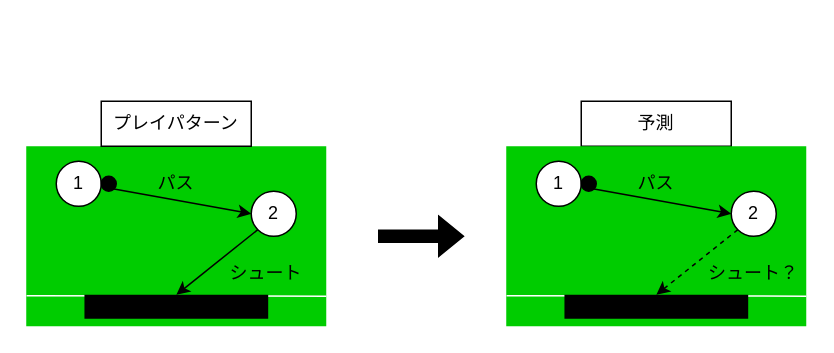
Before: 2/pattern_prediction.drawio in SuperTikuwa/thesis-images, a draw.io diagram. Source tidied: cells renumbered, new cells numbered last; positions are measured from the earlier drawing's top-left corner, leaving out a move shared by most shapes. Both pictures are drawn from the tidied source at 150%, with x=0, y=0 at pixel (26, 100).
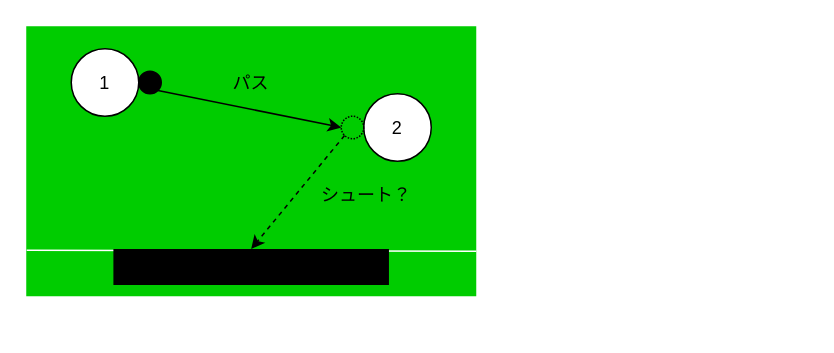
After the change.

Commit message (it also covers changes not shown here):
pattern_prediction.drawio を更新します

The edit, as a diff of the source:
```diff
@@
-    <mxCell id="2" style="group;" parent="1" vertex="1">
-      <mxGeometry y="30" width="200" height="120" as="geometry" />
-    </mxCell>
-    <mxCell id="3" style="whiteSpace=wrap;html=1;strokeColor=none;fillColor=#00CC00;" parent="2" vertex="1">
-      <mxGeometry width="200" height="120" as="geometry" />
-    </mxCell>
-    <mxCell id="4" value="1" style="ellipse;whiteSpace=wrap;html=1;" parent="2" vertex="1">
-      <mxGeometry x="20" y="10" width="30" height="30" as="geometry" />
-    </mxCell>
-    <mxCell id="5" value="2" style="ellipse;whiteSpace=wrap;html=1;" parent="2" vertex="1">
-      <mxGeometry x="150" y="30" width="30" height="30" as="geometry" />
-    </mxCell>
-    <mxCell id="6" style="ellipse;whiteSpace=wrap;html=1;fillColor=#000000;" parent="2" vertex="1">
-      <mxGeometry x="50" y="20" width="10" height="10" as="geometry" />
-    </mxCell>
-    <mxCell id="7" style="endArrow=classic;html=1;rounded=0;exitX=1;exitY=1;exitDx=0;exitDy=0;entryX=0;entryY=0.5;entryDx=0;entryDy=0;" parent="2" edge="1" source="6" target="5">
-      <mxGeometry relative="1" as="geometry" />
-    </mxCell>
-    <mxCell id="8" style="endArrow=none;html=1;rounded=0;exitX=0.001;exitY=0.83;exitDx=0;exitDy=0;exitPerimeter=0;entryX=1;entryY=0.833;entryDx=0;entryDy=0;entryPerimeter=0;strokeColor=#FFFFFF;" parent="2" edge="1" source="3" target="3">
-      <mxGeometry relative="1" as="geometry" />
-    </mxCell>
-    <mxCell id="9" style="rounded=0;whiteSpace=wrap;html=1;strokeColor=none;fillColor=#000000;" parent="2" vertex="1">
-      <mxGeometry x="38.8" y="99" width="122.5" height="16" as="geometry" />
-    </mxCell>
-    <mxCell id="10" style="endArrow=classic;html=1;rounded=0;exitX=0;exitY=1;exitDx=0;exitDy=0;entryX=0.5;entryY=0;entryDx=0;entryDy=0;" parent="2" edge="1" source="5" target="9">
-      <mxGeometry relative="1" as="geometry" />
-    </mxCell>
-    <mxCell id="11" value="パス" style="text;html=1;strokeColor=none;fillColor=none;align=center;verticalAlign=middle;whiteSpace=wrap;rounded=0;" parent="2" vertex="1">
-      <mxGeometry x="70" y="10" width="60" height="30" as="geometry" />
-    </mxCell>
-    <mxCell id="12" value="シュート" style="text;html=1;strokeColor=none;fillColor=none;align=center;verticalAlign=middle;whiteSpace=wrap;rounded=0;" parent="2" vertex="1">
-      <mxGeometry x="130" y="70" width="60" height="30" as="geometry" />
-    </mxCell>
-    <mxCell id="13" style="shape=flexArrow;endArrow=classic;html=1;rounded=0;strokeColor=#FFFFFF;fillColor=#000000;" parent="1" edge="1">
-      <mxGeometry relative="1" as="geometry">
-        <mxPoint x="233.5" y="90" as="sourcePoint" />
-        <mxPoint x="293.5" y="90" as="targetPoint" />
-      </mxGeometry>
-    </mxCell>
-    <mxCell id="14" value="プレイパターン" style="rounded=0;whiteSpace=wrap;html=1;strokeColor=#000000;fillColor=#FFFFFF;" parent="1" vertex="1">
-      <mxGeometry x="50" width="100" height="30" as="geometry" />
-    </mxCell>
-    <mxCell id="15" value="予測" style="rounded=0;whiteSpace=wrap;html=1;strokeColor=#000000;fillColor=#FFFFFF;" parent="1" vertex="1">
-      <mxGeometry x="370" width="100" height="30" as="geometry" />
-    </mxCell>
+    <mxCell id="26" style="group;" parent="1" vertex="1">
+      <mxGeometry y="-50" width="300" height="180" as="geometry" />
+    </mxCell>
-    <mxCell id="16" style="whiteSpace=wrap;html=1;strokeColor=none;fillColor=#00CC00;" parent="1" vertex="1">
-      <mxGeometry x="320" y="30" width="200" height="120" as="geometry" />
+    <mxCell id="16" style="whiteSpace=wrap;html=1;strokeColor=none;fillColor=#00CC00;" parent="26" vertex="1">
+      <mxGeometry width="300" height="180" as="geometry" />
     </mxCell>
-    <mxCell id="17" value="1" style="ellipse;whiteSpace=wrap;html=1;" parent="1" vertex="1">
-      <mxGeometry x="340" y="40" width="30" height="30" as="geometry" />
+    <mxCell id="17" value="1" style="ellipse;whiteSpace=wrap;html=1;" parent="26" vertex="1">
+      <mxGeometry x="30" y="15" width="45" height="45" as="geometry" />
     </mxCell>
-    <mxCell id="18" value="2" style="ellipse;whiteSpace=wrap;html=1;" parent="1" vertex="1">
-      <mxGeometry x="470" y="60" width="30" height="30" as="geometry" />
+    <mxCell id="18" value="2" style="ellipse;whiteSpace=wrap;html=1;" parent="26" vertex="1">
+      <mxGeometry x="225" y="45" width="45" height="45" as="geometry" />
     </mxCell>
-    <mxCell id="19" style="ellipse;whiteSpace=wrap;html=1;fillColor=#000000;" parent="1" vertex="1">
-      <mxGeometry x="370" y="50" width="10" height="10" as="geometry" />
+    <mxCell id="19" style="ellipse;whiteSpace=wrap;html=1;fillColor=#000000;" parent="26" vertex="1">
+      <mxGeometry x="75" y="30" width="15" height="15" as="geometry" />
     </mxCell>
-    <mxCell id="20" style="endArrow=classic;html=1;rounded=0;exitX=1;exitY=1;exitDx=0;exitDy=0;entryX=0;entryY=0.5;entryDx=0;entryDy=0;" parent="1" edge="1" source="19" target="18">
+    <mxCell id="20" style="endArrow=classic;html=1;rounded=0;exitX=1;exitY=1;exitDx=0;exitDy=0;entryX=0;entryY=0.5;entryDx=0;entryDy=0;" parent="26" edge="1" source="19" target="27">
       <mxGeometry relative="1" as="geometry" />
     </mxCell>
-    <mxCell id="21" style="endArrow=none;html=1;rounded=0;exitX=0.001;exitY=0.83;exitDx=0;exitDy=0;exitPerimeter=0;entryX=1;entryY=0.833;entryDx=0;entryDy=0;entryPerimeter=0;strokeColor=#FFFFFF;" parent="1" edge="1" source="16" target="16">
+    <mxCell id="21" style="endArrow=none;html=1;rounded=0;exitX=0.001;exitY=0.83;exitDx=0;exitDy=0;exitPerimeter=0;entryX=1;entryY=0.833;entryDx=0;entryDy=0;entryPerimeter=0;strokeColor=#FFFFFF;" parent="26" edge="1" source="16" target="16">
       <mxGeometry relative="1" as="geometry" />
     </mxCell>
-    <mxCell id="22" style="rounded=0;whiteSpace=wrap;html=1;strokeColor=none;fillColor=#000000;" parent="1" vertex="1">
-      <mxGeometry x="358.8" y="129" width="122.5" height="16" as="geometry" />
+    <mxCell id="22" style="rounded=0;whiteSpace=wrap;html=1;strokeColor=none;fillColor=#000000;" parent="26" vertex="1">
+      <mxGeometry x="58.1" y="148.5" width="183.7" height="24" as="geometry" />
     </mxCell>
-    <mxCell id="23" style="endArrow=classic;html=1;rounded=0;exitX=0;exitY=1;exitDx=0;exitDy=0;entryX=0.5;entryY=0;entryDx=0;entryDy=0;dashed=1;" parent="1" edge="1" source="18" target="22">
+    <mxCell id="23" style="endArrow=classic;html=1;rounded=0;exitX=0;exitY=1;exitDx=0;exitDy=0;entryX=0.5;entryY=0;entryDx=0;entryDy=0;dashed=1;" parent="26" edge="1" source="27" target="22">
       <mxGeometry relative="1" as="geometry" />
     </mxCell>
-    <mxCell id="24" value="パス" style="text;html=1;strokeColor=none;fillColor=none;align=center;verticalAlign=middle;whiteSpace=wrap;rounded=0;" parent="1" vertex="1">
-      <mxGeometry x="390" y="40" width="60" height="30" as="geometry" />
+    <mxCell id="24" value="パス" style="text;html=1;strokeColor=none;fillColor=none;align=center;verticalAlign=middle;whiteSpace=wrap;rounded=0;" parent="26" vertex="1">
+      <mxGeometry x="105" y="15" width="90" height="45" as="geometry" />
     </mxCell>
-    <mxCell id="25" value="シュート？" style="text;html=1;strokeColor=none;fillColor=none;align=center;verticalAlign=middle;whiteSpace=wrap;rounded=0;" parent="1" vertex="1">
-      <mxGeometry x="450" y="100" width="70" height="30" as="geometry" />
+    <mxCell id="25" value="シュート？" style="text;html=1;strokeColor=none;fillColor=none;align=left;verticalAlign=middle;whiteSpace=wrap;rounded=0;" parent="26" vertex="1">
+      <mxGeometry x="195" y="90" width="105" height="45" as="geometry" />
     </mxCell>
+    <mxCell id="27" style="ellipse;whiteSpace=wrap;html=1;fillColor=none;dashed=1;dashPattern=1 1;" parent="26" vertex="1">
+      <mxGeometry x="210" y="60" width="15" height="15" as="geometry" />
+    </mxCell>
```
